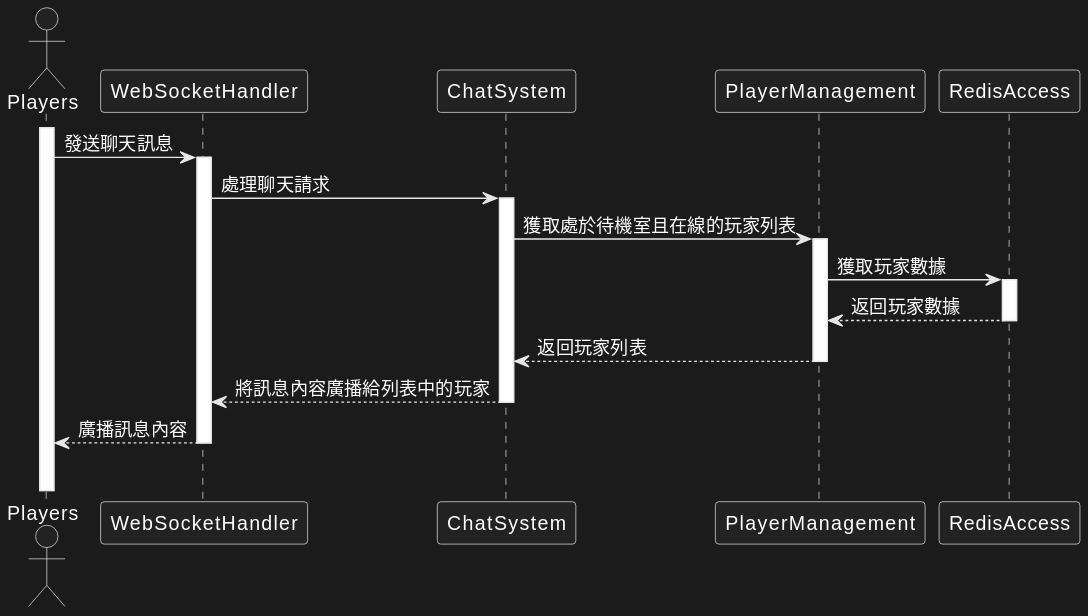
Earlier version of the PlantUML export docs/images/SequenceDiagram(5).svg (LYH-94/reversi_online).
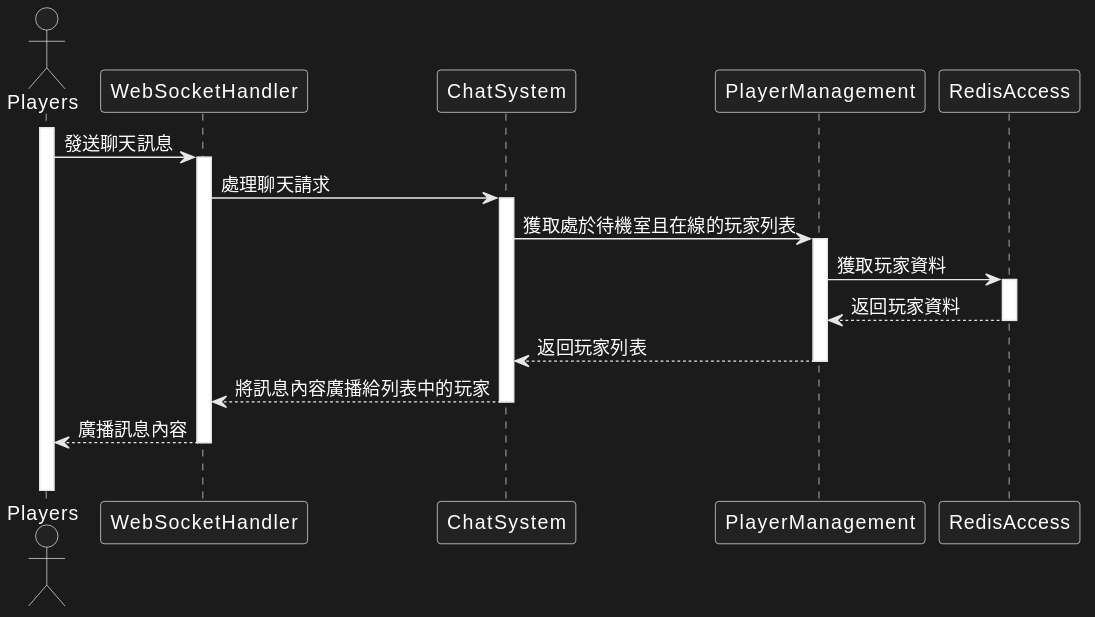
The same diagram one commit later.

What changed in the source:
```diff
@@ -10,8 +10,8 @@
 Players -> WebSocketHandler ++ : 發送聊天訊息
 WebSocketHandler -> ChatSystem ++ : 處理聊天請求
 ChatSystem -> PlayerManagement ++ : 獲取處於待機室且在線的玩家列表
-PlayerManagement -> RedisAccess ++ : 獲取玩家數據
-PlayerManagement <-- RedisAccess -- : 返回玩家數據
+PlayerManagement -> RedisAccess ++ : 獲取玩家資料
+PlayerManagement <-- RedisAccess -- : 返回玩家資料
 ChatSystem <-- PlayerManagement -- : 返回玩家列表
 WebSocketHandler <-- ChatSystem -- : 將訊息內容廣播給列表中的玩家
 Players <-- WebSocketHandler -- : 廣播訊息內容
```
